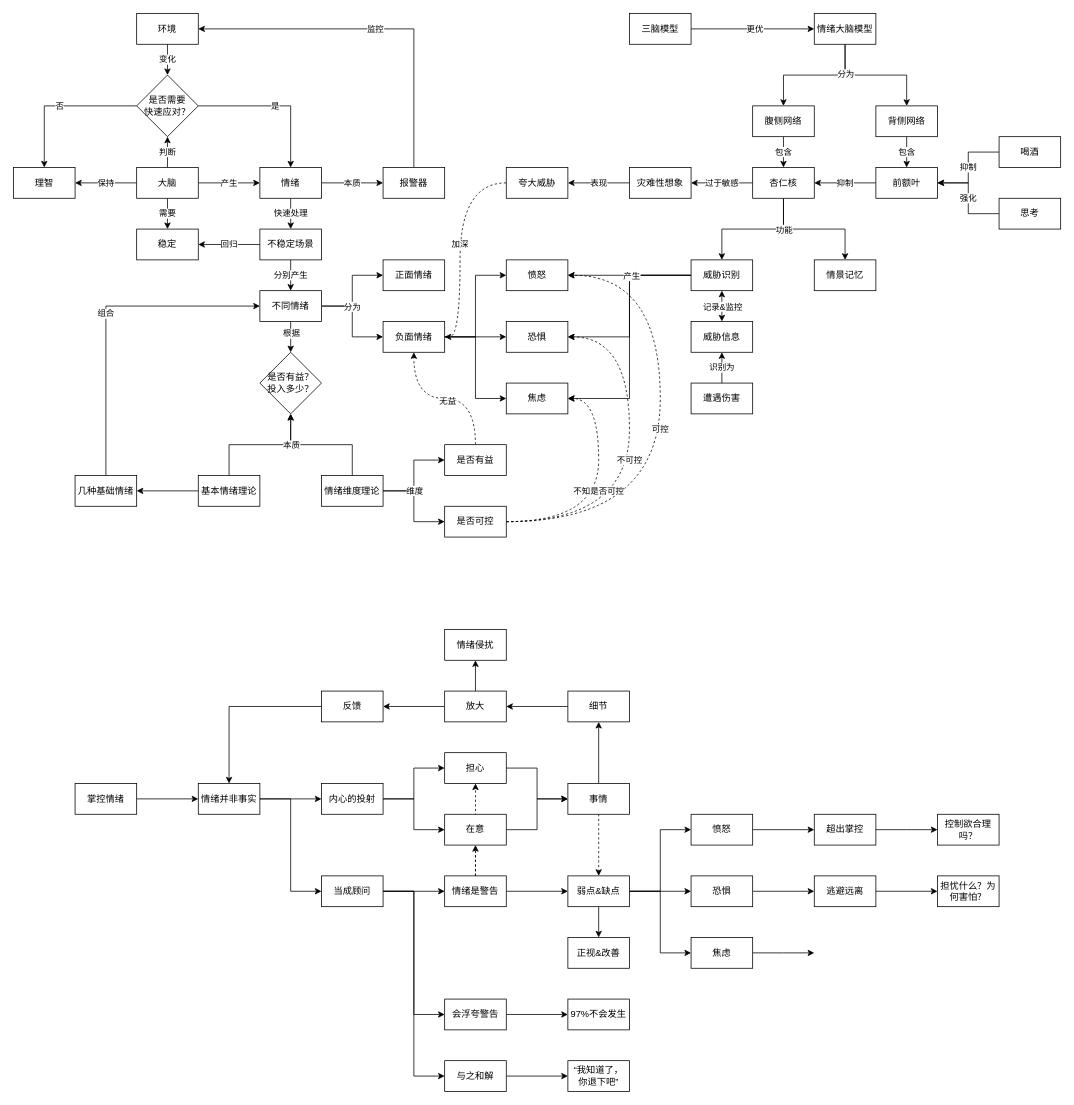
youyusan/open_mind keeps this draw.io diagram as 掌控情绪.drawio. Above is the earlier version. Source tidied: cells renumbered, new cells numbered last; positions are measured from the earlier drawing's top-left corner, leaving out a move shared by most shapes. Both pictures are drawn from the tidied source at 77%, with x=0, y=0 at pixel (13, 13).
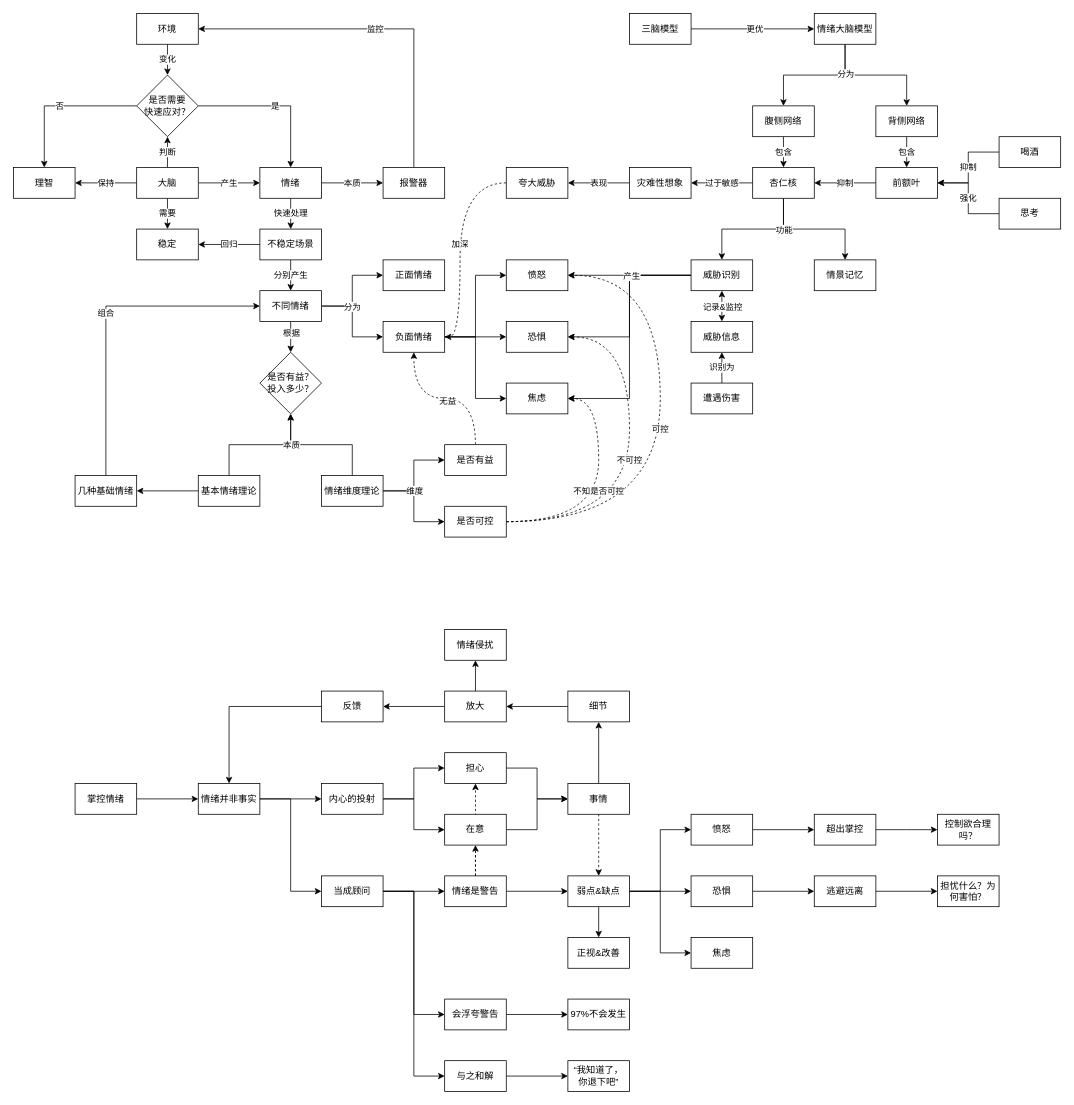
The same diagram, later.

Commit message:
更新掌控情绪.drawio

Unchanged cells that the change refers to:
```xml
<mxCell id="134" value="焦虑" style="rounded=0;whiteSpace=wrap;html=1;" parent="1" vertex="1">
  <mxGeometry x="880" y="1200" width="80" height="40" as="geometry" />
</mxCell>
```

What changed in the source:
```diff
@@
-    <mxCell id="133" style="edgeStyle=orthogonalEdgeStyle;rounded=0;jettySize=auto;html=1;" parent="1" edge="1" source="134">
-      <mxGeometry relative="1" as="geometry">
-        <mxPoint x="1040" y="1220" as="targetPoint" />
-      </mxGeometry>
-    </mxCell>
```
